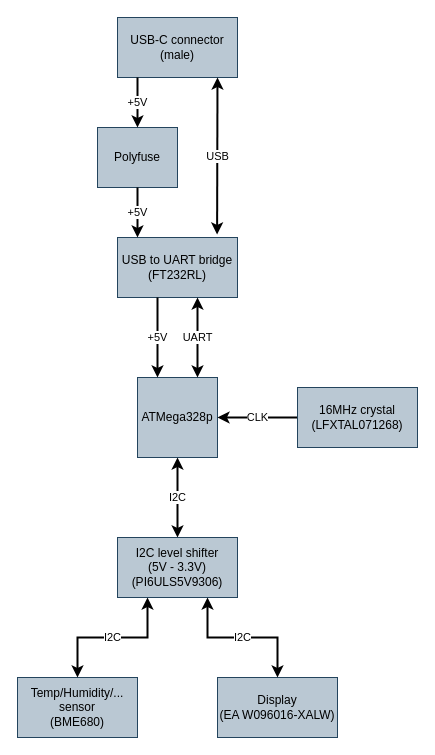
Before: Documentatie/Analyse/Hardware analyse/blokschema (word).drawio in Jelte-Boumans/Bachelorproef-Herstelsysteem-Ramen, a draw.io diagram. Source tidied: cells renumbered, new cells numbered last; positions are measured from the earlier drawing's top-left corner, leaving out a move shared by most shapes. Both pictures are drawn from the tidied source at 100%, with x=0, y=0 at pixel (17, 17).
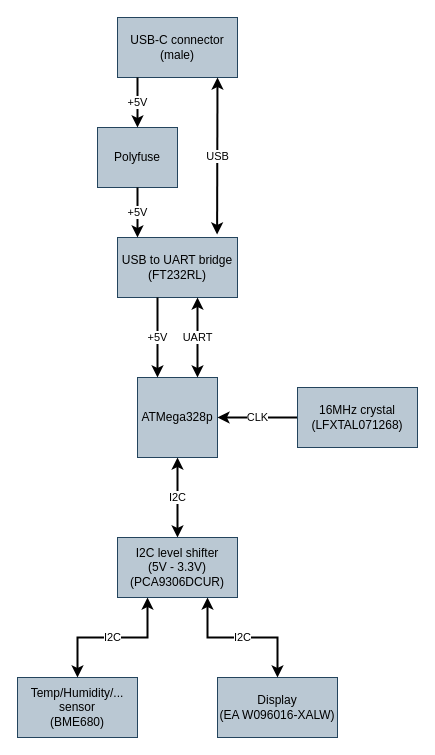
Above is the later version.

Diff of the diagram source:
```diff
@@
-    <mxCell id="18" value="I2C level shifter&lt;br&gt;(5V - 3.3V)&lt;br&gt;(PI6ULS5V9306)" style="rounded=0;whiteSpace=wrap;html=1;fillColor=#bac8d3;strokeColor=#23445d;" parent="1" vertex="1">
+    <mxCell id="18" value="I2C level shifter&lt;br&gt;(5V - 3.3V)&lt;br&gt;(PCA9306DCUR)" style="rounded=0;whiteSpace=wrap;html=1;fillColor=#bac8d3;strokeColor=#23445d;" parent="1" vertex="1">
       <mxGeometry x="100" y="520" width="120" height="60" as="geometry" />
     </mxCell>
```
